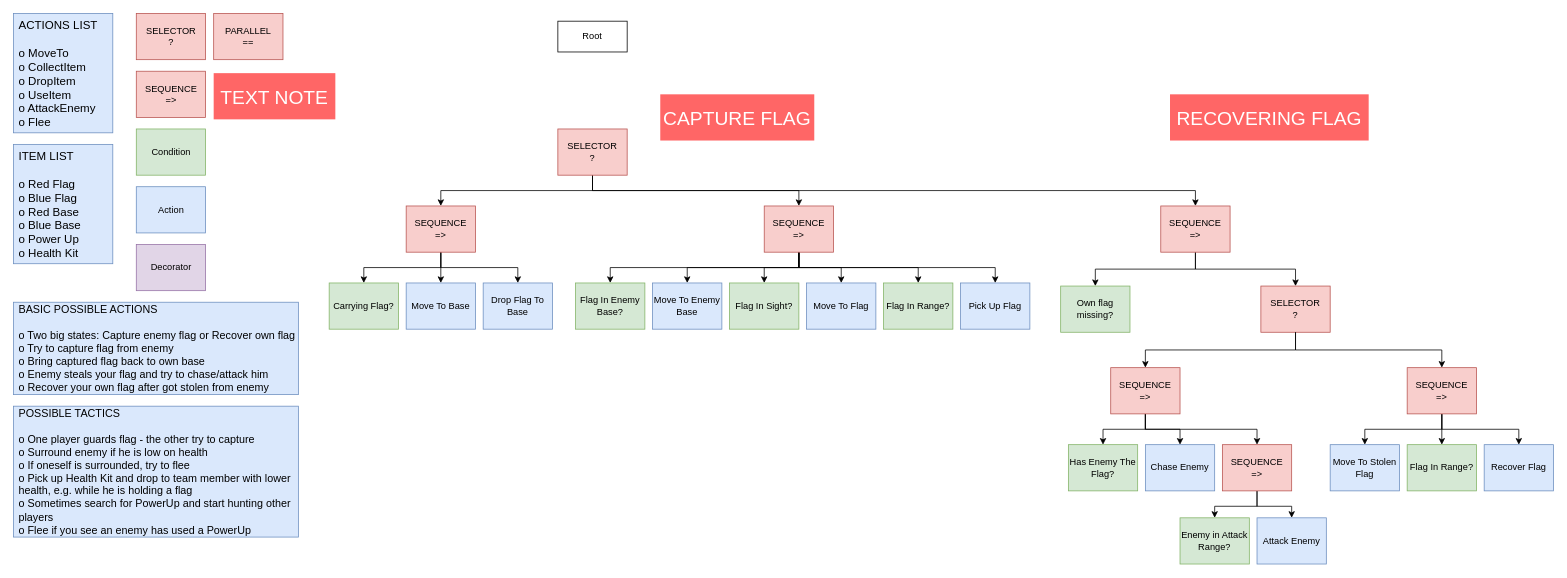
Before: AIAssessmentTree.drawio in Snowball115/SOL-AIBehaviourTree, a draw.io diagram. Source tidied: cells renumbered, new cells numbered last; positions are measured from the earlier drawing's top-left corner, leaving out a move shared by most shapes. Both pictures are drawn from the tidied source at 77%, with x=0, y=0 at pixel (13, 13).
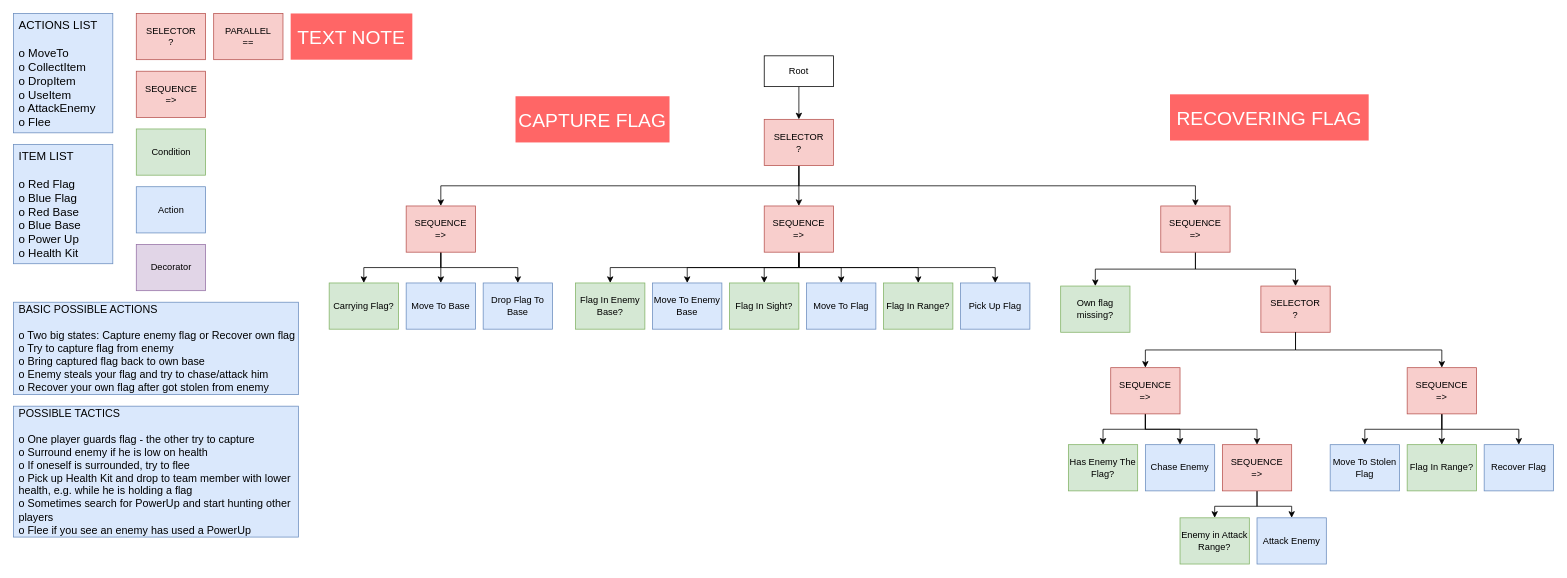
The same page after the edit.

Diff of the diagram source:
```diff
@@
+    <mxCell id="65" style="edgeStyle=orthogonalEdgeStyle;rounded=0;jettySize=auto;html=1;exitX=0.5;exitY=1;exitDx=0;exitDy=0;entryX=0.5;entryY=0;entryDx=0;entryDy=0;" parent="1" edge="1" source="2" target="17">
+      <mxGeometry relative="1" as="geometry" />
+    </mxCell>
     <mxCell id="2" value="Root" style="rounded=0;whiteSpace=wrap;html=1;labelBackgroundColor=none;fontSize=12;" parent="1" vertex="1">
-      <mxGeometry x="707" y="10" width="90" height="40" as="geometry" />
+      <mxGeometry x="975" y="55" width="90" height="40" as="geometry" />
     </mxCell>
@@
     <mxCell id="17" value="SELECTOR&lt;br&gt;?" style="rounded=0;whiteSpace=wrap;html=1;labelBackgroundColor=none;fontSize=12;fillColor=#f8cecc;strokeColor=#b85450;" parent="1" vertex="1">
-      <mxGeometry x="707" y="150" width="90" height="60" as="geometry" />
+      <mxGeometry x="975" y="137.5" width="90" height="60" as="geometry" />
     </mxCell>
@@
     <mxCell id="62" value="CAPTURE FLAG" style="rounded=0;whiteSpace=wrap;html=1;labelBackgroundColor=none;fontSize=25;horizontal=1;fillColor=#FF6666;strokeColor=none;fontColor=#FFFFFF;spacingLeft=0;spacing=5;" parent="1" vertex="1">
-      <mxGeometry x="840" y="105" width="200" height="60" as="geometry" />
+      <mxGeometry x="652" y="107.5" width="200" height="60" as="geometry" />
     </mxCell>
@@
     <mxCell id="64" value="TEXT NOTE" style="rounded=0;whiteSpace=wrap;html=1;labelBackgroundColor=none;fontSize=25;horizontal=1;fillColor=#FF6666;strokeColor=none;fontColor=#FFFFFF;spacingLeft=0;spacing=5;" parent="1" vertex="1">
-      <mxGeometry x="260" y="77.5" width="158" height="60" as="geometry" />
+      <mxGeometry x="360" width="158" height="60" as="geometry" />
     </mxCell>
```
